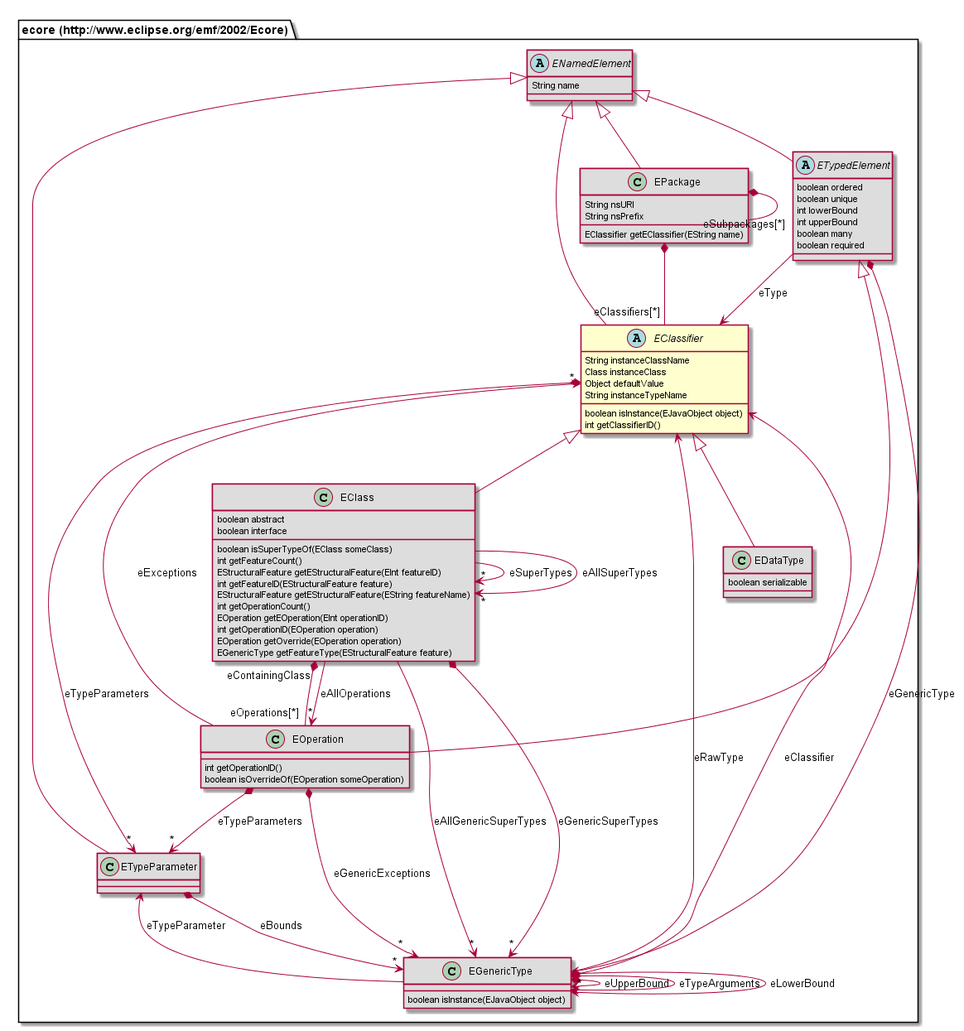
Before: org.nasdanika.html.repository/src/site/resources/app-model-doc/687474703a2f2f7777772e65636c697073652e6f72672f656d662f323030322f45636f7265/EClassifier.png, a diagram exported from PlantUML (Nasdanika/html). The source it was exported from:
```plantuml
@startuml
abstract class "ecore (http://www.eclipse.org/emf/2002/Ecore).EClassifier" [[#router/doc-content/687474703a2f2f7777772e65636c697073652e6f72672f656d662f323030322f45636f7265/EClassifier.html]] {
	String instanceClassName
	Class instanceClass
	Object defaultValue
	String instanceTypeName
	boolean isInstance(EJavaObject object)
	int getClassifierID()
}
class "ecore (http://www.eclipse.org/emf/2002/Ecore).EOperation" [[#router/doc-content/687474703a2f2f7777772e65636c697073652e6f72672f656d662f323030322f45636f7265/EOperation.html]] #DDDDDD {
	int getOperationID()
	boolean isOverrideOf(EOperation someOperation)
}
class "ecore (http://www.eclipse.org/emf/2002/Ecore).EPackage" [[#router/doc-content/687474703a2f2f7777772e65636c697073652e6f72672f656d662f323030322f45636f7265/EPackage.html]] #DDDDDD {
	String nsURI
	String nsPrefix
	EClassifier getEClassifier(EString name)
}
abstract class "ecore (http://www.eclipse.org/emf/2002/Ecore).ETypedElement" [[#router/doc-content/687474703a2f2f7777772e65636c697073652e6f72672f656d662f323030322f45636f7265/ETypedElement.html]] #DDDDDD {
	boolean ordered
	boolean unique
	int lowerBound
	int upperBound
	boolean many
	boolean required
}
class "ecore (http://www.eclipse.org/emf/2002/Ecore).EClass" [[#router/doc-content/687474703a2f2f7777772e65636c697073652e6f72672f656d662f323030322f45636f7265/EClass.html]] #DDDDDD {
	boolean abstract
	boolean interface
	boolean isSuperTypeOf(EClass someClass)
	int getFeatureCount()
	EStructuralFeature getEStructuralFeature(EInt featureID)
	int getFeatureID(EStructuralFeature feature)
	EStructuralFeature getEStructuralFeature(EString featureName)
	int getOperationCount()
	EOperation getEOperation(EInt operationID)
	int getOperationID(EOperation operation)
	EOperation getOverride(EOperation operation)
	EGenericType getFeatureType(EStructuralFeature feature)
}
class "ecore (http://www.eclipse.org/emf/2002/Ecore).EGenericType" [[#router/doc-content/687474703a2f2f7777772e65636c697073652e6f72672f656d662f323030322f45636f7265/EGenericType.html]] #DDDDDD {
	boolean isInstance(EJavaObject object)
}
abstract class "ecore (http://www.eclipse.org/emf/2002/Ecore).ENamedElement" [[#router/doc-content/687474703a2f2f7777772e65636c697073652e6f72672f656d662f323030322f45636f7265/ENamedElement.html]] #DDDDDD {
	String name
}
class "ecore (http://www.eclipse.org/emf/2002/Ecore).ETypeParameter" [[#router/doc-content/687474703a2f2f7777772e65636c697073652e6f72672f656d662f323030322f45636f7265/ETypeParameter.html]] #DDDDDD {
}
class "ecore (http://www.eclipse.org/emf/2002/Ecore).EDataType" [[#router/doc-content/687474703a2f2f7777772e65636c697073652e6f72672f656d662f323030322f45636f7265/EDataType.html]] #DDDDDD {
	boolean serializable
}
"ecore (http://www.eclipse.org/emf/2002/Ecore).ETypedElement" <|-- "ecore (http://www.eclipse.org/emf/2002/Ecore).EOperation"
"ecore (http://www.eclipse.org/emf/2002/Ecore).ENamedElement" <|-- "ecore (http://www.eclipse.org/emf/2002/Ecore).EPackage"
"ecore (http://www.eclipse.org/emf/2002/Ecore).ENamedElement" <|-- "ecore (http://www.eclipse.org/emf/2002/Ecore).ETypedElement"
"ecore (http://www.eclipse.org/emf/2002/Ecore).EClassifier" <|-- "ecore (http://www.eclipse.org/emf/2002/Ecore).EClass"
"ecore (http://www.eclipse.org/emf/2002/Ecore).ENamedElement" <|-- "ecore (http://www.eclipse.org/emf/2002/Ecore).ETypeParameter"
"ecore (http://www.eclipse.org/emf/2002/Ecore).ENamedElement" <|-- "ecore (http://www.eclipse.org/emf/2002/Ecore).EClassifier"
"ecore (http://www.eclipse.org/emf/2002/Ecore).EClassifier" <|-- "ecore (http://www.eclipse.org/emf/2002/Ecore).EDataType"
"ecore (http://www.eclipse.org/emf/2002/Ecore).EOperation" "eOperations[*]" --* "eContainingClass" "ecore (http://www.eclipse.org/emf/2002/Ecore).EClass"
"ecore (http://www.eclipse.org/emf/2002/Ecore).EOperation" *--> "*" "ecore (http://www.eclipse.org/emf/2002/Ecore).ETypeParameter" : eTypeParameters
"ecore (http://www.eclipse.org/emf/2002/Ecore).EOperation" --> "*" "ecore (http://www.eclipse.org/emf/2002/Ecore).EClassifier" : eExceptions
"ecore (http://www.eclipse.org/emf/2002/Ecore).EOperation" *--> "*" "ecore (http://www.eclipse.org/emf/2002/Ecore).EGenericType" : eGenericExceptions
"ecore (http://www.eclipse.org/emf/2002/Ecore).EPackage" *-- "eClassifiers[*]" "ecore (http://www.eclipse.org/emf/2002/Ecore).EClassifier"
"ecore (http://www.eclipse.org/emf/2002/Ecore).EPackage" *-- "eSubpackages[*]" "ecore (http://www.eclipse.org/emf/2002/Ecore).EPackage"
"ecore (http://www.eclipse.org/emf/2002/Ecore).ETypedElement" --> "ecore (http://www.eclipse.org/emf/2002/Ecore).EClassifier" : eType
"ecore (http://www.eclipse.org/emf/2002/Ecore).ETypedElement" *--> "ecore (http://www.eclipse.org/emf/2002/Ecore).EGenericType" : eGenericType
"ecore (http://www.eclipse.org/emf/2002/Ecore).EClass" --> "*" "ecore (http://www.eclipse.org/emf/2002/Ecore).EClass" : eSuperTypes
"ecore (http://www.eclipse.org/emf/2002/Ecore).EClass" --> "*" "ecore (http://www.eclipse.org/emf/2002/Ecore).EOperation" : eAllOperations
"ecore (http://www.eclipse.org/emf/2002/Ecore).EClass" --> "*" "ecore (http://www.eclipse.org/emf/2002/Ecore).EClass" : eAllSuperTypes
"ecore (http://www.eclipse.org/emf/2002/Ecore).EClass" *--> "*" "ecore (http://www.eclipse.org/emf/2002/Ecore).EGenericType" : eGenericSuperTypes
"ecore (http://www.eclipse.org/emf/2002/Ecore).EClass" --> "*" "ecore (http://www.eclipse.org/emf/2002/Ecore).EGenericType" : eAllGenericSuperTypes
"ecore (http://www.eclipse.org/emf/2002/Ecore).EGenericType" *--> "ecore (http://www.eclipse.org/emf/2002/Ecore).EGenericType" : eUpperBound
"ecore (http://www.eclipse.org/emf/2002/Ecore).EGenericType" *--> "*" "ecore (http://www.eclipse.org/emf/2002/Ecore).EGenericType" : eTypeArguments
"ecore (http://www.eclipse.org/emf/2002/Ecore).EGenericType" --> "ecore (http://www.eclipse.org/emf/2002/Ecore).EClassifier" : eRawType
"ecore (http://www.eclipse.org/emf/2002/Ecore).EGenericType" *--> "ecore (http://www.eclipse.org/emf/2002/Ecore).EGenericType" : eLowerBound
"ecore (http://www.eclipse.org/emf/2002/Ecore).EGenericType" --> "ecore (http://www.eclipse.org/emf/2002/Ecore).ETypeParameter" : eTypeParameter
"ecore (http://www.eclipse.org/emf/2002/Ecore).EGenericType" --> "ecore (http://www.eclipse.org/emf/2002/Ecore).EClassifier" : eClassifier
"ecore (http://www.eclipse.org/emf/2002/Ecore).ETypeParameter" *--> "*" "ecore (http://www.eclipse.org/emf/2002/Ecore).EGenericType" : eBounds
"ecore (http://www.eclipse.org/emf/2002/Ecore).EClassifier" *--> "*" "ecore (http://www.eclipse.org/emf/2002/Ecore).ETypeParameter" : eTypeParameters
@enduml
```
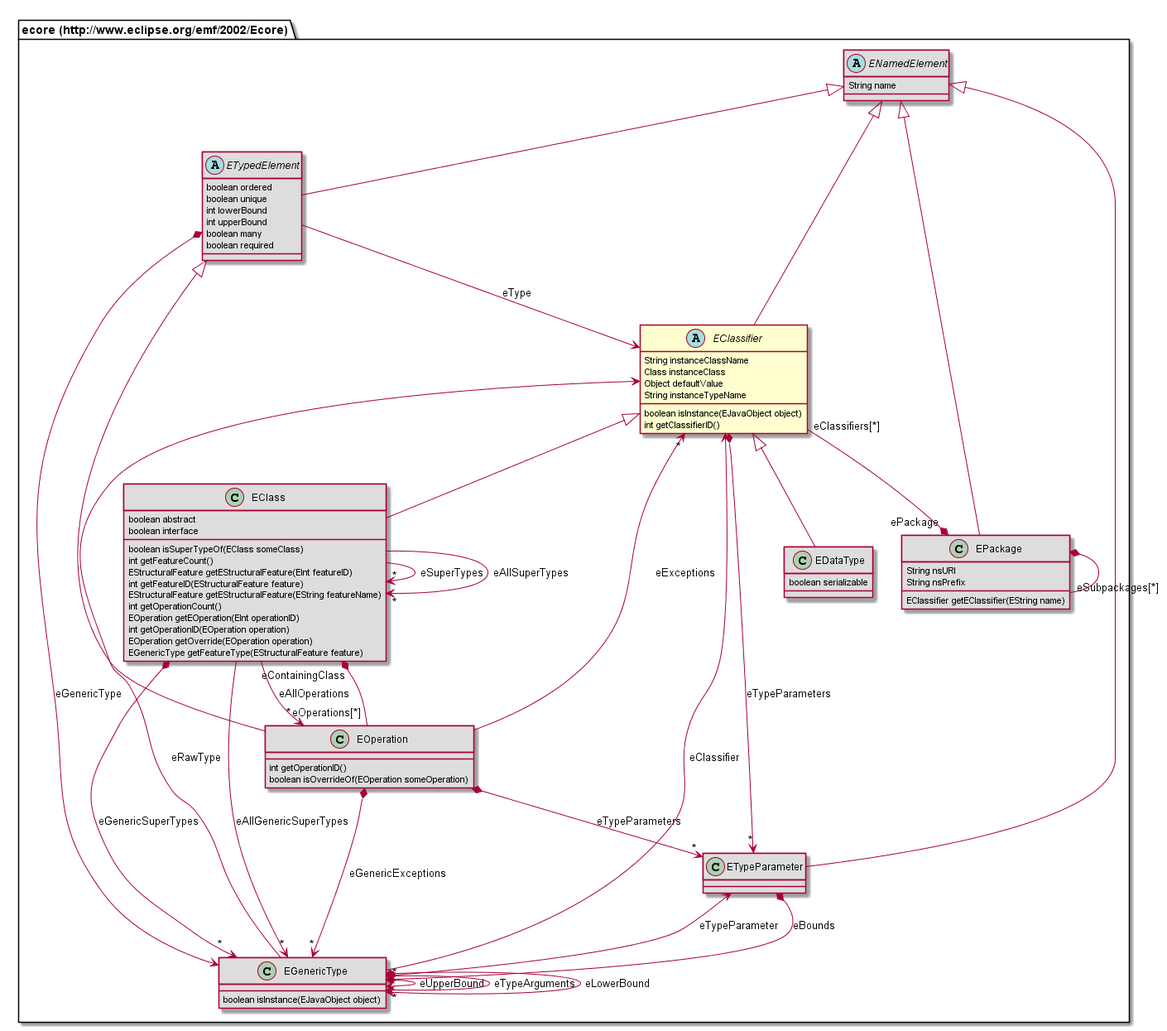
After the change.

The edit, as a diff of the source:
```diff
@@ -11,10 +11,8 @@
 	int getOperationID()
 	boolean isOverrideOf(EOperation someOperation)
 }
-class "ecore (http://www.eclipse.org/emf/2002/Ecore).EPackage" [[#router/doc-content/687474703a2f2f7777772e65636c697073652e6f72672f656d662f323030322f45636f7265/EPackage.html]] #DDDDDD {
-	String nsURI
-	String nsPrefix
-	EClassifier getEClassifier(EString name)
+class "ecore (http://www.eclipse.org/emf/2002/Ecore).EDataType" [[#router/doc-content/687474703a2f2f7777772e65636c697073652e6f72672f656d662f323030322f45636f7265/EDataType.html]] #DDDDDD {
+	boolean serializable
 }
 abstract class "ecore (http://www.eclipse.org/emf/2002/Ecore).ETypedElement" [[#router/doc-content/687474703a2f2f7777772e65636c697073652e6f72672f656d662f323030322f45636f7265/ETypedElement.html]] #DDDDDD {
 	boolean ordered
@@ -23,6 +21,19 @@
 	int upperBound
 	boolean many
 	boolean required
+}
+abstract class "ecore (http://www.eclipse.org/emf/2002/Ecore).ENamedElement" [[#router/doc-content/687474703a2f2f7777772e65636c697073652e6f72672f656d662f323030322f45636f7265/ENamedElement.html]] #DDDDDD {
+	String name
+}
+class "ecore (http://www.eclipse.org/emf/2002/Ecore).ETypeParameter" [[#router/doc-content/687474703a2f2f7777772e65636c697073652e6f72672f656d662f323030322f45636f7265/ETypeParameter.html]] #DDDDDD {
+}
+class "ecore (http://www.eclipse.org/emf/2002/Ecore).EPackage" [[#router/doc-content/687474703a2f2f7777772e65636c697073652e6f72672f656d662f323030322f45636f7265/EPackage.html]] #DDDDDD {
+	String nsURI
+	String nsPrefix
+	EClassifier getEClassifier(EString name)
+}
+class "ecore (http://www.eclipse.org/emf/2002/Ecore).EGenericType" [[#router/doc-content/687474703a2f2f7777772e65636c697073652e6f72672f656d662f323030322f45636f7265/EGenericType.html]] #DDDDDD {
+	boolean isInstance(EJavaObject object)
 }
 class "ecore (http://www.eclipse.org/emf/2002/Ecore).EClass" [[#router/doc-content/687474703a2f2f7777772e65636c697073652e6f72672f656d662f323030322f45636f7265/EClass.html]] #DDDDDD {
 	boolean abstract
@@ -38,43 +49,32 @@
 	EOperation getOverride(EOperation operation)
 	EGenericType getFeatureType(EStructuralFeature feature)
 }
-class "ecore (http://www.eclipse.org/emf/2002/Ecore).EGenericType" [[#router/doc-content/687474703a2f2f7777772e65636c697073652e6f72672f656d662f323030322f45636f7265/EGenericType.html]] #DDDDDD {
-	boolean isInstance(EJavaObject object)
-}
-abstract class "ecore (http://www.eclipse.org/emf/2002/Ecore).ENamedElement" [[#router/doc-content/687474703a2f2f7777772e65636c697073652e6f72672f656d662f323030322f45636f7265/ENamedElement.html]] #DDDDDD {
-	String name
-}
-class "ecore (http://www.eclipse.org/emf/2002/Ecore).ETypeParameter" [[#router/doc-content/687474703a2f2f7777772e65636c697073652e6f72672f656d662f323030322f45636f7265/ETypeParameter.html]] #DDDDDD {
-}
-class "ecore (http://www.eclipse.org/emf/2002/Ecore).EDataType" [[#router/doc-content/687474703a2f2f7777772e65636c697073652e6f72672f656d662f323030322f45636f7265/EDataType.html]] #DDDDDD {
-	boolean serializable
-}
 "ecore (http://www.eclipse.org/emf/2002/Ecore).ETypedElement" <|-- "ecore (http://www.eclipse.org/emf/2002/Ecore).EOperation"
-"ecore (http://www.eclipse.org/emf/2002/Ecore).ENamedElement" <|-- "ecore (http://www.eclipse.org/emf/2002/Ecore).EPackage"
+"ecore (http://www.eclipse.org/emf/2002/Ecore).EClassifier" <|-- "ecore (http://www.eclipse.org/emf/2002/Ecore).EDataType"
 "ecore (http://www.eclipse.org/emf/2002/Ecore).ENamedElement" <|-- "ecore (http://www.eclipse.org/emf/2002/Ecore).ETypedElement"
-"ecore (http://www.eclipse.org/emf/2002/Ecore).EClassifier" <|-- "ecore (http://www.eclipse.org/emf/2002/Ecore).EClass"
 "ecore (http://www.eclipse.org/emf/2002/Ecore).ENamedElement" <|-- "ecore (http://www.eclipse.org/emf/2002/Ecore).ETypeParameter"
 "ecore (http://www.eclipse.org/emf/2002/Ecore).ENamedElement" <|-- "ecore (http://www.eclipse.org/emf/2002/Ecore).EClassifier"
-"ecore (http://www.eclipse.org/emf/2002/Ecore).EClassifier" <|-- "ecore (http://www.eclipse.org/emf/2002/Ecore).EDataType"
+"ecore (http://www.eclipse.org/emf/2002/Ecore).ENamedElement" <|-- "ecore (http://www.eclipse.org/emf/2002/Ecore).EPackage"
+"ecore (http://www.eclipse.org/emf/2002/Ecore).EClassifier" <|-- "ecore (http://www.eclipse.org/emf/2002/Ecore).EClass"
 "ecore (http://www.eclipse.org/emf/2002/Ecore).EOperation" "eOperations[*]" --* "eContainingClass" "ecore (http://www.eclipse.org/emf/2002/Ecore).EClass"
 "ecore (http://www.eclipse.org/emf/2002/Ecore).EOperation" *--> "*" "ecore (http://www.eclipse.org/emf/2002/Ecore).ETypeParameter" : eTypeParameters
 "ecore (http://www.eclipse.org/emf/2002/Ecore).EOperation" --> "*" "ecore (http://www.eclipse.org/emf/2002/Ecore).EClassifier" : eExceptions
 "ecore (http://www.eclipse.org/emf/2002/Ecore).EOperation" *--> "*" "ecore (http://www.eclipse.org/emf/2002/Ecore).EGenericType" : eGenericExceptions
-"ecore (http://www.eclipse.org/emf/2002/Ecore).EPackage" *-- "eClassifiers[*]" "ecore (http://www.eclipse.org/emf/2002/Ecore).EClassifier"
-"ecore (http://www.eclipse.org/emf/2002/Ecore).EPackage" *-- "eSubpackages[*]" "ecore (http://www.eclipse.org/emf/2002/Ecore).EPackage"
 "ecore (http://www.eclipse.org/emf/2002/Ecore).ETypedElement" --> "ecore (http://www.eclipse.org/emf/2002/Ecore).EClassifier" : eType
 "ecore (http://www.eclipse.org/emf/2002/Ecore).ETypedElement" *--> "ecore (http://www.eclipse.org/emf/2002/Ecore).EGenericType" : eGenericType
-"ecore (http://www.eclipse.org/emf/2002/Ecore).EClass" --> "*" "ecore (http://www.eclipse.org/emf/2002/Ecore).EClass" : eSuperTypes
-"ecore (http://www.eclipse.org/emf/2002/Ecore).EClass" --> "*" "ecore (http://www.eclipse.org/emf/2002/Ecore).EOperation" : eAllOperations
-"ecore (http://www.eclipse.org/emf/2002/Ecore).EClass" --> "*" "ecore (http://www.eclipse.org/emf/2002/Ecore).EClass" : eAllSuperTypes
-"ecore (http://www.eclipse.org/emf/2002/Ecore).EClass" *--> "*" "ecore (http://www.eclipse.org/emf/2002/Ecore).EGenericType" : eGenericSuperTypes
-"ecore (http://www.eclipse.org/emf/2002/Ecore).EClass" --> "*" "ecore (http://www.eclipse.org/emf/2002/Ecore).EGenericType" : eAllGenericSuperTypes
+"ecore (http://www.eclipse.org/emf/2002/Ecore).ETypeParameter" *--> "*" "ecore (http://www.eclipse.org/emf/2002/Ecore).EGenericType" : eBounds
+"ecore (http://www.eclipse.org/emf/2002/Ecore).EClassifier" "eClassifiers[*]" --* "ePackage" "ecore (http://www.eclipse.org/emf/2002/Ecore).EPackage"
+"ecore (http://www.eclipse.org/emf/2002/Ecore).EClassifier" *--> "*" "ecore (http://www.eclipse.org/emf/2002/Ecore).ETypeParameter" : eTypeParameters
+"ecore (http://www.eclipse.org/emf/2002/Ecore).EPackage" *-- "eSubpackages[*]" "ecore (http://www.eclipse.org/emf/2002/Ecore).EPackage"
 "ecore (http://www.eclipse.org/emf/2002/Ecore).EGenericType" *--> "ecore (http://www.eclipse.org/emf/2002/Ecore).EGenericType" : eUpperBound
 "ecore (http://www.eclipse.org/emf/2002/Ecore).EGenericType" *--> "*" "ecore (http://www.eclipse.org/emf/2002/Ecore).EGenericType" : eTypeArguments
 "ecore (http://www.eclipse.org/emf/2002/Ecore).EGenericType" --> "ecore (http://www.eclipse.org/emf/2002/Ecore).EClassifier" : eRawType
 "ecore (http://www.eclipse.org/emf/2002/Ecore).EGenericType" *--> "ecore (http://www.eclipse.org/emf/2002/Ecore).EGenericType" : eLowerBound
 "ecore (http://www.eclipse.org/emf/2002/Ecore).EGenericType" --> "ecore (http://www.eclipse.org/emf/2002/Ecore).ETypeParameter" : eTypeParameter
 "ecore (http://www.eclipse.org/emf/2002/Ecore).EGenericType" --> "ecore (http://www.eclipse.org/emf/2002/Ecore).EClassifier" : eClassifier
-"ecore (http://www.eclipse.org/emf/2002/Ecore).ETypeParameter" *--> "*" "ecore (http://www.eclipse.org/emf/2002/Ecore).EGenericType" : eBounds
-"ecore (http://www.eclipse.org/emf/2002/Ecore).EClassifier" *--> "*" "ecore (http://www.eclipse.org/emf/2002/Ecore).ETypeParameter" : eTypeParameters
+"ecore (http://www.eclipse.org/emf/2002/Ecore).EClass" --> "*" "ecore (http://www.eclipse.org/emf/2002/Ecore).EClass" : eSuperTypes
+"ecore (http://www.eclipse.org/emf/2002/Ecore).EClass" --> "*" "ecore (http://www.eclipse.org/emf/2002/Ecore).EOperation" : eAllOperations
+"ecore (http://www.eclipse.org/emf/2002/Ecore).EClass" --> "*" "ecore (http://www.eclipse.org/emf/2002/Ecore).EClass" : eAllSuperTypes
+"ecore (http://www.eclipse.org/emf/2002/Ecore).EClass" *--> "*" "ecore (http://www.eclipse.org/emf/2002/Ecore).EGenericType" : eGenericSuperTypes
+"ecore (http://www.eclipse.org/emf/2002/Ecore).EClass" --> "*" "ecore (http://www.eclipse.org/emf/2002/Ecore).EGenericType" : eAllGenericSuperTypes
 @enduml
```
